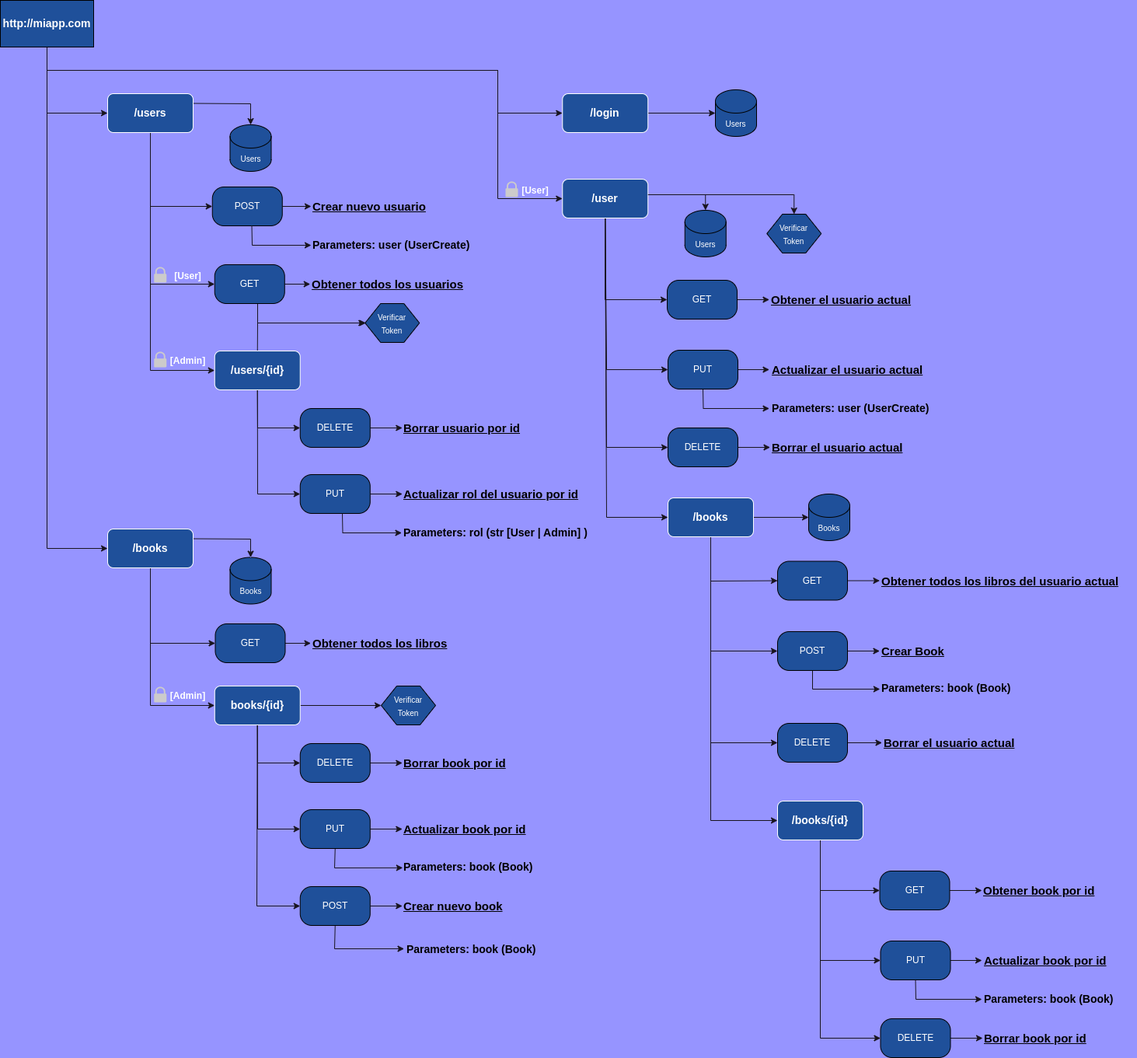
The draw.io diagram app/diagram.drawio.png in Jav-mol/api_users, before a commit. Source tidied: cells renumbered, new cells last; positions are measured from the earlier drawing's top-left corner, leaving out a move shared by most shapes.
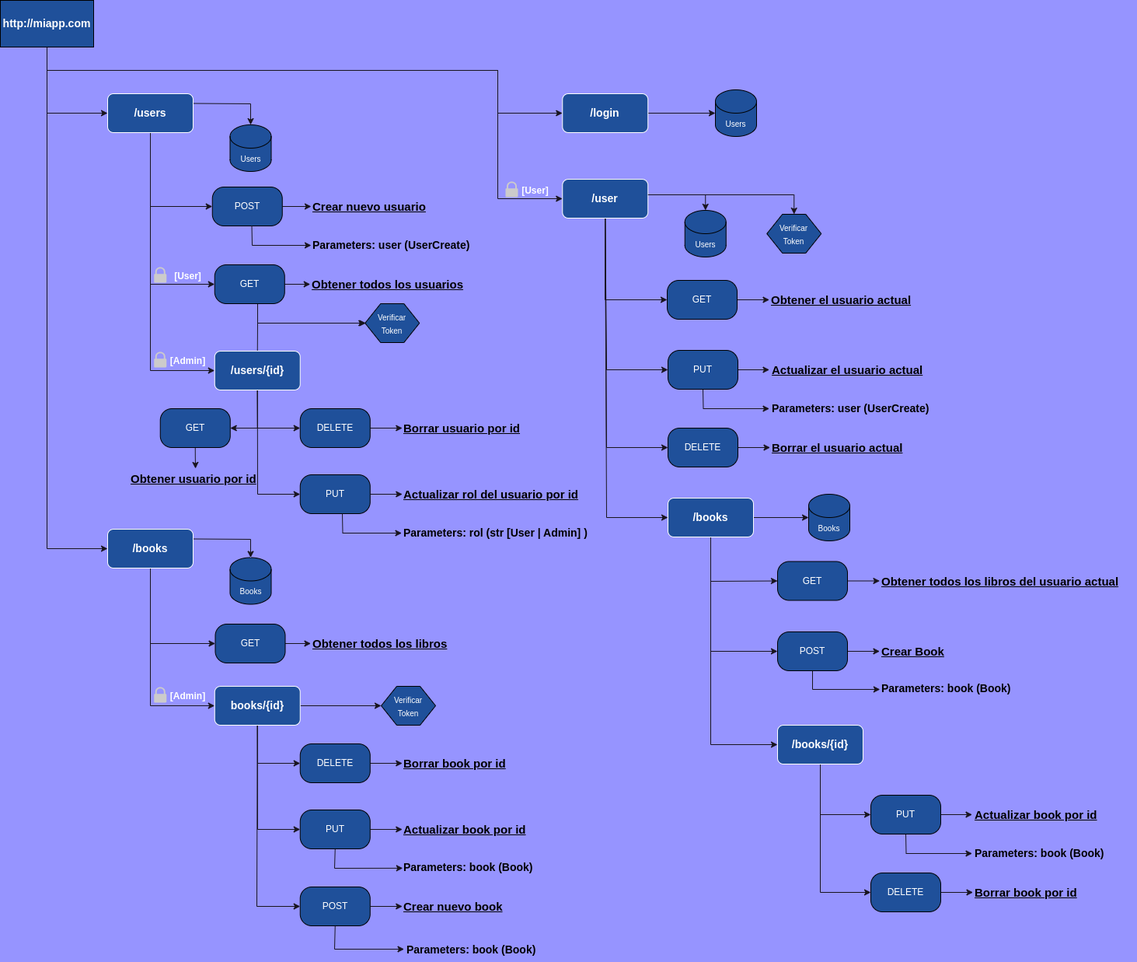
The same diagram one commit later.

Commit message:
diagram finished

Change to the diagram source:
```diff
@@ -2,6 +2,9 @@
   <root>
     <mxCell id="0" />
     <mxCell id="1" parent="0" />
+    <mxCell id="126" style="edgeStyle=orthogonalEdgeStyle;html=1;exitX=0.5;exitY=1;exitDx=0;exitDy=0;entryX=1;entryY=0.5;entryDx=0;entryDy=0;fillColor=#18141D;strokeColor=#18141D;rounded=0;" parent="1" edge="1" source="45" target="117">
+      <mxGeometry relative="1" as="geometry" />
+    </mxCell>
     <mxCell id="2" style="edgeStyle=none;html=1;exitX=0.5;exitY=1;exitDx=0;exitDy=0;entryX=0;entryY=0.5;entryDx=0;entryDy=0;rounded=0;strokeColor=#18141D;" parent="1" edge="1" source="6" target="33">
       <mxGeometry relative="1" as="geometry">
         <Array as="points">
@@ -422,17 +425,10 @@
         </Array>
       </mxGeometry>
     </mxCell>
-    <mxCell id="96" style="edgeStyle=none;rounded=0;html=1;exitX=0.5;exitY=1;exitDx=0;exitDy=0;entryX=0;entryY=0.5;entryDx=0;entryDy=0;strokeColor=#18141D;" parent="1" edge="1" source="98" target="108">
-      <mxGeometry relative="1" as="geometry">
-        <Array as="points">
-          <mxPoint x="914" y="955" />
-        </Array>
-      </mxGeometry>
-    </mxCell>
     <mxCell id="97" style="edgeStyle=none;rounded=0;html=1;exitX=0.5;exitY=1;exitDx=0;exitDy=0;entryX=0;entryY=0.5;entryDx=0;entryDy=0;strokeColor=#18141D;" parent="1" edge="1" source="98" target="114">
       <mxGeometry relative="1" as="geometry">
         <Array as="points">
-          <mxPoint x="914" y="1055" />
+          <mxPoint x="914" y="957" />
         </Array>
       </mxGeometry>
     </mxCell>
@@ -467,81 +463,65 @@
     <mxCell id="106" value="POST" style="rounded=1;whiteSpace=wrap;html=1;arcSize=30;fillColor=#1F509A;fontColor=#FFFFFF;" parent="1" vertex="1">
       <mxGeometry x="1000" y="812" width="90" height="50" as="geometry" />
     </mxCell>
-    <mxCell id="107" style="edgeStyle=none;rounded=0;html=1;exitX=1;exitY=0.5;exitDx=0;exitDy=0;strokeColor=#18141D;" parent="1" edge="1" source="108" target="109">
-      <mxGeometry relative="1" as="geometry" />
-    </mxCell>
-    <mxCell id="108" value="DELETE" style="rounded=1;whiteSpace=wrap;html=1;arcSize=30;fillColor=#1F509A;fontColor=#FFFFFF;" parent="1" vertex="1">
-      <mxGeometry x="1000" y="930" width="90" height="50" as="geometry" />
-    </mxCell>
-    <mxCell id="109" value="&lt;u style=&quot;font-size: 15px;&quot;&gt;&lt;b style=&quot;font-size: 15px;&quot;&gt;Borrar el usuario actual&lt;/b&gt;&lt;/u&gt;" style="text;html=1;align=left;verticalAlign=middle;points=[];strokeColor=none;fillColor=none;fontSize=15;" parent="1" vertex="1">
-      <mxGeometry x="1134.5" y="940" width="190" height="30" as="geometry" />
-    </mxCell>
     <mxCell id="110" value="&lt;b&gt;Parameters: book (Book)&lt;/b&gt;" style="text;html=1;align=left;verticalAlign=middle;points=[];strokeColor=none;fillColor=none;fontSize=14;" parent="1" vertex="1">
       <mxGeometry x="1131.5" y="870" width="190" height="30" as="geometry" />
     </mxCell>
-    <mxCell id="111" style="edgeStyle=none;rounded=0;html=1;exitX=0.5;exitY=1;exitDx=0;exitDy=0;entryX=0;entryY=0.5;entryDx=0;entryDy=0;strokeColor=#18141D;" parent="1" edge="1" source="114" target="117">
-      <mxGeometry relative="1" as="geometry">
-        <Array as="points">
-          <mxPoint x="1055" y="1145" />
-        </Array>
-      </mxGeometry>
-    </mxCell>
     <mxCell id="112" style="edgeStyle=none;rounded=0;html=1;exitX=0.5;exitY=1;exitDx=0;exitDy=0;entryX=0;entryY=0.5;entryDx=0;entryDy=0;strokeColor=#18141D;" parent="1" edge="1" source="114" target="121">
       <mxGeometry relative="1" as="geometry">
         <Array as="points">
-          <mxPoint x="1055" y="1235" />
+          <mxPoint x="1055" y="1047" />
         </Array>
       </mxGeometry>
     </mxCell>
     <mxCell id="113" style="edgeStyle=none;rounded=0;html=1;exitX=0.5;exitY=1;exitDx=0;exitDy=0;entryX=0;entryY=0.5;entryDx=0;entryDy=0;strokeColor=#18141D;" parent="1" edge="1" source="114" target="125">
       <mxGeometry relative="1" as="geometry">
         <Array as="points">
-          <mxPoint x="1055" y="1335" />
+          <mxPoint x="1055" y="1147" />
         </Array>
       </mxGeometry>
     </mxCell>
     <mxCell id="114" value="&lt;font style=&quot;font-size: 14px;&quot;&gt;&lt;b&gt;/books/{id}&lt;/b&gt;&lt;/font&gt;" style="rounded=1;whiteSpace=wrap;html=1;strokeColor=#FFFFFF;fillColor=#1F509A;fontColor=#FFFFFF;" parent="1" vertex="1">
-      <mxGeometry x="1000" y="1030" width="110" height="50" as="geometry" />
+      <mxGeometry x="1000" y="932" width="110" height="50" as="geometry" />
     </mxCell>
-    <mxCell id="115" value="&lt;u style=&quot;font-size: 15px;&quot;&gt;&lt;b style=&quot;font-size: 15px;&quot;&gt;Obtener book por id&lt;/b&gt;&lt;/u&gt;" style="text;html=1;align=left;verticalAlign=middle;points=[];strokeColor=none;fillColor=none;fontSize=15;" parent="1" vertex="1">
-      <mxGeometry x="1263" y="1130" width="170" height="30" as="geometry" />
-    </mxCell>
-    <mxCell id="116" style="edgeStyle=none;rounded=0;html=1;strokeColor=#18141D;fontSize=14;" parent="1" edge="1" source="117" target="115">
-      <mxGeometry relative="1" as="geometry" />
-    </mxCell>
-    <mxCell id="117" value="GET" style="rounded=1;whiteSpace=wrap;html=1;arcSize=30;fillColor=#1F509A;fontColor=#FFFFFF;" parent="1" vertex="1">
-      <mxGeometry x="1131.5" y="1120" width="90" height="50" as="geometry" />
-    </mxCell>
     <mxCell id="118" value="&lt;u style=&quot;font-size: 15px;&quot;&gt;&lt;b style=&quot;font-size: 15px;&quot;&gt;Actualizar book por id&lt;/b&gt;&lt;/u&gt;" style="text;html=1;align=left;verticalAlign=middle;strokeColor=none;fillColor=none;fontSize=15;" parent="1" vertex="1">
-      <mxGeometry x="1264" y="1220" width="180" height="30" as="geometry" />
+      <mxGeometry x="1251.5" y="1032" width="180" height="30" as="geometry" />
     </mxCell>
     <mxCell id="119" style="edgeStyle=none;html=1;exitX=1;exitY=0.5;exitDx=0;exitDy=0;strokeColor=#18141D;fontColor=#FFFFFF;" parent="1" edge="1" source="121">
       <mxGeometry relative="1" as="geometry">
-        <mxPoint x="1263" y="1235" as="targetPoint" />
+        <mxPoint x="1250.5" y="1047" as="targetPoint" />
       </mxGeometry>
     </mxCell>
     <mxCell id="120" style="edgeStyle=none;rounded=0;html=1;exitX=0.5;exitY=1;exitDx=0;exitDy=0;strokeColor=#18141D;fontSize=14;" parent="1" edge="1" source="121">
       <mxGeometry relative="1" as="geometry">
-        <mxPoint x="1263" y="1285" as="targetPoint" />
+        <mxPoint x="1250.5" y="1097" as="targetPoint" />
         <Array as="points">
-          <mxPoint x="1178" y="1285" />
+          <mxPoint x="1165.5" y="1097" />
         </Array>
       </mxGeometry>
     </mxCell>
     <mxCell id="121" value="PUT" style="rounded=1;whiteSpace=wrap;html=1;arcSize=30;fillColor=#1F509A;fontColor=#FFFFFF;" parent="1" vertex="1">
-      <mxGeometry x="1132.5" y="1210" width="90" height="50" as="geometry" />
+      <mxGeometry x="1120" y="1022" width="90" height="50" as="geometry" />
     </mxCell>
     <mxCell id="122" value="&lt;b&gt;Parameters: book (Book)&lt;/b&gt;" style="text;html=1;align=left;verticalAlign=middle;strokeColor=none;fillColor=none;fontSize=14;" parent="1" vertex="1">
-      <mxGeometry x="1264" y="1270" width="190" height="30" as="geometry" />
+      <mxGeometry x="1251.5" y="1082" width="190" height="30" as="geometry" />
     </mxCell>
     <mxCell id="123" value="&lt;u style=&quot;font-size: 15px;&quot;&gt;&lt;b style=&quot;font-size: 15px;&quot;&gt;Borrar book por id&lt;/b&gt;&lt;/u&gt;" style="text;html=1;align=left;verticalAlign=middle;points=[];strokeColor=none;fillColor=none;fontSize=15;" parent="1" vertex="1">
-      <mxGeometry x="1264" y="1320" width="160" height="30" as="geometry" />
+      <mxGeometry x="1251.5" y="1132" width="160" height="30" as="geometry" />
     </mxCell>
     <mxCell id="124" style="edgeStyle=none;rounded=0;html=1;strokeColor=#18141D;fontSize=14;" parent="1" edge="1" source="125" target="123">
       <mxGeometry relative="1" as="geometry" />
     </mxCell>
     <mxCell id="125" value="DELETE" style="rounded=1;whiteSpace=wrap;html=1;arcSize=30;fillColor=#1F509A;fontColor=#FFFFFF;" parent="1" vertex="1">
-      <mxGeometry x="1132.5" y="1310" width="90" height="50" as="geometry" />
+      <mxGeometry x="1120" y="1122" width="90" height="50" as="geometry" />
     </mxCell>
+    <mxCell id="127" style="edgeStyle=orthogonalEdgeStyle;rounded=0;html=1;exitX=0.5;exitY=1;exitDx=0;exitDy=0;entryX=0.449;entryY=0.067;entryDx=0;entryDy=0;entryPerimeter=0;strokeColor=#18141D;fillColor=#18141D;" parent="1" edge="1" source="117" target="128">
+      <mxGeometry relative="1" as="geometry" />
+    </mxCell>
+    <mxCell id="117" value="GET" style="rounded=1;whiteSpace=wrap;html=1;arcSize=30;fillColor=#1F509A;fontColor=#FFFFFF;" parent="1" vertex="1">
+      <mxGeometry x="205.8" y="525" width="90" height="50" as="geometry" />
+    </mxCell>
+    <mxCell id="128" value="&lt;b&gt;&lt;u&gt;Obtener usuario por id&lt;/u&gt;&lt;/b&gt;" style="text;html=1;align=left;verticalAlign=top;points=[];strokeColor=none;fillColor=none;fontSize=15;" parent="1" vertex="1">
+      <mxGeometry x="165.8" y="600" width="190" height="30" as="geometry" />
+    </mxCell>
   </root>
 </mxGraphModel>
```
